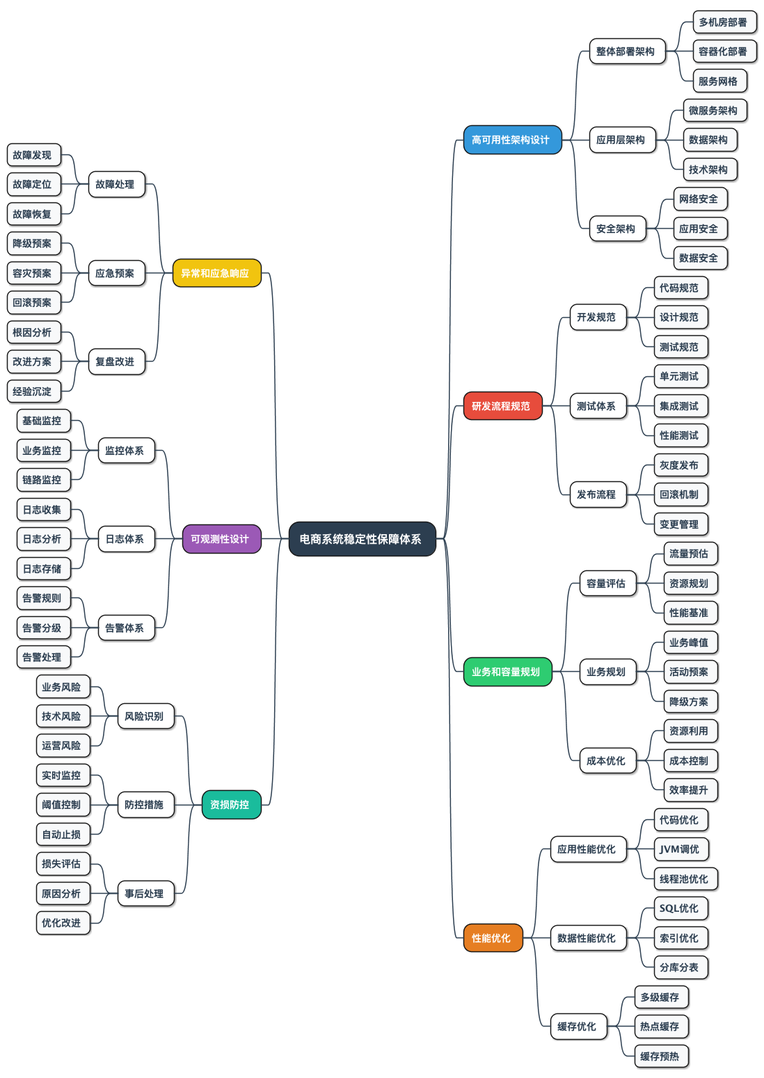
wxquare/wxquare.github.io keeps this PlantUML diagram as source/images/13-reliability-mindmap.png. Above is the earlier version. The source it was exported from:
```plantuml
@startmindmap
<style>
mindmapDiagram {
    .root {
        BackgroundColor #2c3e50
        FontColor #ffffff
        FontSize 16
        RoundCorner 30
        Padding 15
    }
    .group1 {
        BackgroundColor #3498db
        FontColor #ffffff
        RoundCorner 25
        Padding 12
    }
    .group2 {
        BackgroundColor #e74c3c
        FontColor #ffffff
        RoundCorner 25
        Padding 12
    }
    .group3 {
        BackgroundColor #2ecc71
        FontColor #ffffff
        RoundCorner 25
        Padding 12
    }
    .group4 {
        BackgroundColor #f1c40f
        FontColor #ffffff
        RoundCorner 25
        Padding 12
    }
    .group5 {
        BackgroundColor #9b59b6
        FontColor #ffffff
        RoundCorner 25
        Padding 12
    }
    .group6 {
        BackgroundColor #1abc9c
        FontColor #ffffff
        RoundCorner 25
        Padding 12
    }
    .group7 {
        BackgroundColor #e67e22
        FontColor #ffffff
        RoundCorner 25
        Padding 12
    }
    .subgroup {
        BackgroundColor #ffffff
        FontColor #2c3e50
        RoundCorner 20
        Padding 10
        Shadowing 0.5
    }
    .leaf {
        BackgroundColor #f8f9fa
        FontColor #2c3e50
        RoundCorner 15
        Padding 8
        Shadowing 0.3
    }
    node {
        Padding 10
        Margin 5
        HorizontalAlignment center
        FontStyle bold
    }
    arrow {
        LineColor #2c3e50
        LineThickness 1.5
    }
}
</style>

+ 电商系统稳定性保障体系 <<root>>

++ 高可用性架构设计 <<group1>>
+++ 整体部署架构 <<subgroup>>
++++ 多机房部署 <<leaf>>
++++ 容器化部署 <<leaf>>
++++ 服务网格 <<leaf>>
+++ 应用层架构 <<subgroup>>
++++ 微服务架构 <<leaf>>
++++ 数据架构 <<leaf>>
++++ 技术架构 <<leaf>>
+++ 安全架构 <<subgroup>>
++++ 网络安全 <<leaf>>
++++ 应用安全 <<leaf>>
++++ 数据安全 <<leaf>>

++ 研发流程规范 <<group2>>
+++ 开发规范 <<subgroup>>
++++ 代码规范 <<leaf>>
++++ 设计规范 <<leaf>>
++++ 测试规范 <<leaf>>
+++ 测试体系 <<subgroup>>
++++ 单元测试 <<leaf>>
++++ 集成测试 <<leaf>>
++++ 性能测试 <<leaf>>
+++ 发布流程 <<subgroup>>
++++ 灰度发布 <<leaf>>
++++ 回滚机制 <<leaf>>
++++ 变更管理 <<leaf>>

++ 业务和容量规划 <<group3>>
+++ 容量评估 <<subgroup>>
++++ 流量预估 <<leaf>>
++++ 资源规划 <<leaf>>
++++ 性能基准 <<leaf>>
+++ 业务规划 <<subgroup>>
++++ 业务峰值 <<leaf>>
++++ 活动预案 <<leaf>>
++++ 降级方案 <<leaf>>
+++ 成本优化 <<subgroup>>
++++ 资源利用 <<leaf>>
++++ 成本控制 <<leaf>>
++++ 效率提升 <<leaf>>

++ 性能优化 <<group7>>
+++ 应用性能优化 <<subgroup>>
++++ 代码优化 <<leaf>>
++++ JVM调优 <<leaf>>
++++ 线程池优化 <<leaf>>
+++ 数据性能优化 <<subgroup>>
++++ SQL优化 <<leaf>>
++++ 索引优化 <<leaf>>
++++ 分库分表 <<leaf>>
+++ 缓存优化 <<subgroup>>
++++ 多级缓存 <<leaf>>
++++ 热点缓存 <<leaf>>
++++ 缓存预热 <<leaf>>

-- 异常和应急响应 <<group4>>
--- 故障处理 <<subgroup>>
---- 故障发现 <<leaf>>
---- 故障定位 <<leaf>>
---- 故障恢复 <<leaf>>
--- 应急预案 <<subgroup>>
---- 降级预案 <<leaf>>
---- 容灾预案 <<leaf>>
---- 回滚预案 <<leaf>>
--- 复盘改进 <<subgroup>>
---- 根因分析 <<leaf>>
---- 改进方案 <<leaf>>
---- 经验沉淀 <<leaf>>

-- 可观测性设计 <<group5>>
--- 监控体系 <<subgroup>>
---- 基础监控 <<leaf>>
---- 业务监控 <<leaf>>
---- 链路监控 <<leaf>>
--- 日志体系 <<subgroup>>
---- 日志收集 <<leaf>>
---- 日志分析 <<leaf>>
---- 日志存储 <<leaf>>
--- 告警体系 <<subgroup>>
---- 告警规则 <<leaf>>
---- 告警分级 <<leaf>>
---- 告警处理 <<leaf>>

-- 资损防控 <<group6>>
--- 风险识别 <<subgroup>>
---- 业务风险 <<leaf>>
---- 技术风险 <<leaf>>
---- 运营风险 <<leaf>>
--- 防控措施 <<subgroup>>
---- 实时监控 <<leaf>>
---- 阈值控制 <<leaf>>
---- 自动止损 <<leaf>>
--- 事后处理 <<subgroup>>
---- 损失评估 <<leaf>>
---- 原因分析 <<leaf>>
---- 优化改进 <<leaf>>

@endmindmap
```
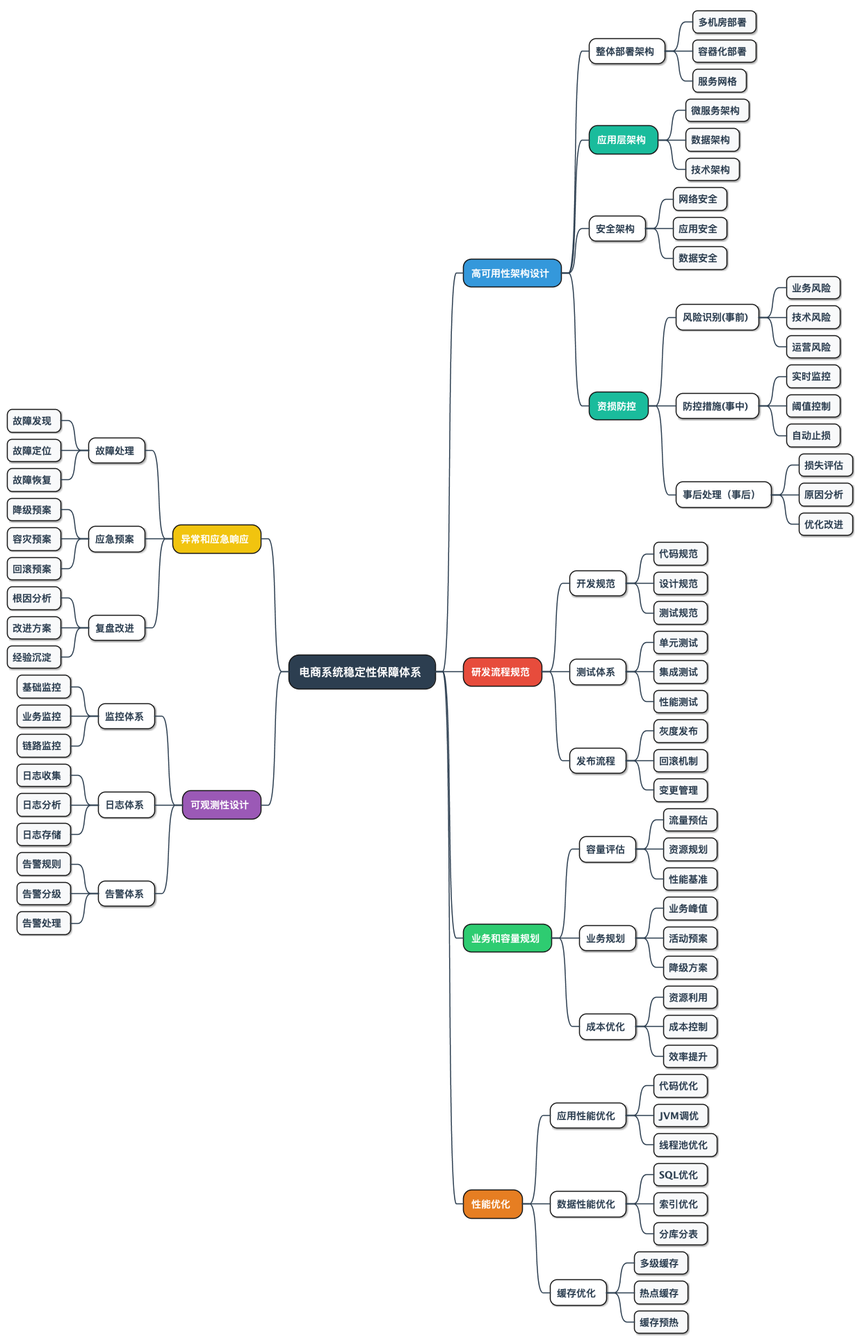
The same diagram one commit later.

Diff of the diagram source:
```diff
@@ -84,7 +84,7 @@
 ++++ 多机房部署 <<leaf>>
 ++++ 容器化部署 <<leaf>>
 ++++ 服务网格 <<leaf>>
-+++ 应用层架构 <<subgroup>>
++++ 应用层架构 <<group6>>
 ++++ 微服务架构 <<leaf>>
 ++++ 数据架构 <<leaf>>
 ++++ 技术架构 <<leaf>>
@@ -92,6 +92,20 @@
 ++++ 网络安全 <<leaf>>
 ++++ 应用安全 <<leaf>>
 ++++ 数据安全 <<leaf>>
+
++++ 资损防控 <<group6>>
+++++ 风险识别(事前) <<subgroup>>
++++++ 业务风险 <<leaf>>
++++++ 技术风险 <<leaf>>
++++++ 运营风险 <<leaf>>
+++++ 防控措施(事中) <<subgroup>>
++++++ 实时监控 <<leaf>>
++++++ 阈值控制 <<leaf>>
++++++ 自动止损 <<leaf>>
+++++ 事后处理（事后） <<subgroup>>
++++++ 损失评估 <<leaf>>
++++++ 原因分析 <<leaf>>
++++++ 优化改进 <<leaf>>
 
 ++ 研发流程规范 <<group2>>
 +++ 开发规范 <<subgroup>>
@@ -163,18 +177,4 @@
 ---- 告警分级 <<leaf>>
 ---- 告警处理 <<leaf>>
 
--- 资损防控 <<group6>>
---- 风险识别 <<subgroup>>
----- 业务风险 <<leaf>>
----- 技术风险 <<leaf>>
----- 运营风险 <<leaf>>
---- 防控措施 <<subgroup>>
----- 实时监控 <<leaf>>
----- 阈值控制 <<leaf>>
----- 自动止损 <<leaf>>
---- 事后处理 <<subgroup>>
----- 损失评估 <<leaf>>
----- 原因分析 <<leaf>>
----- 优化改进 <<leaf>>
-
 @endmindmap
```
